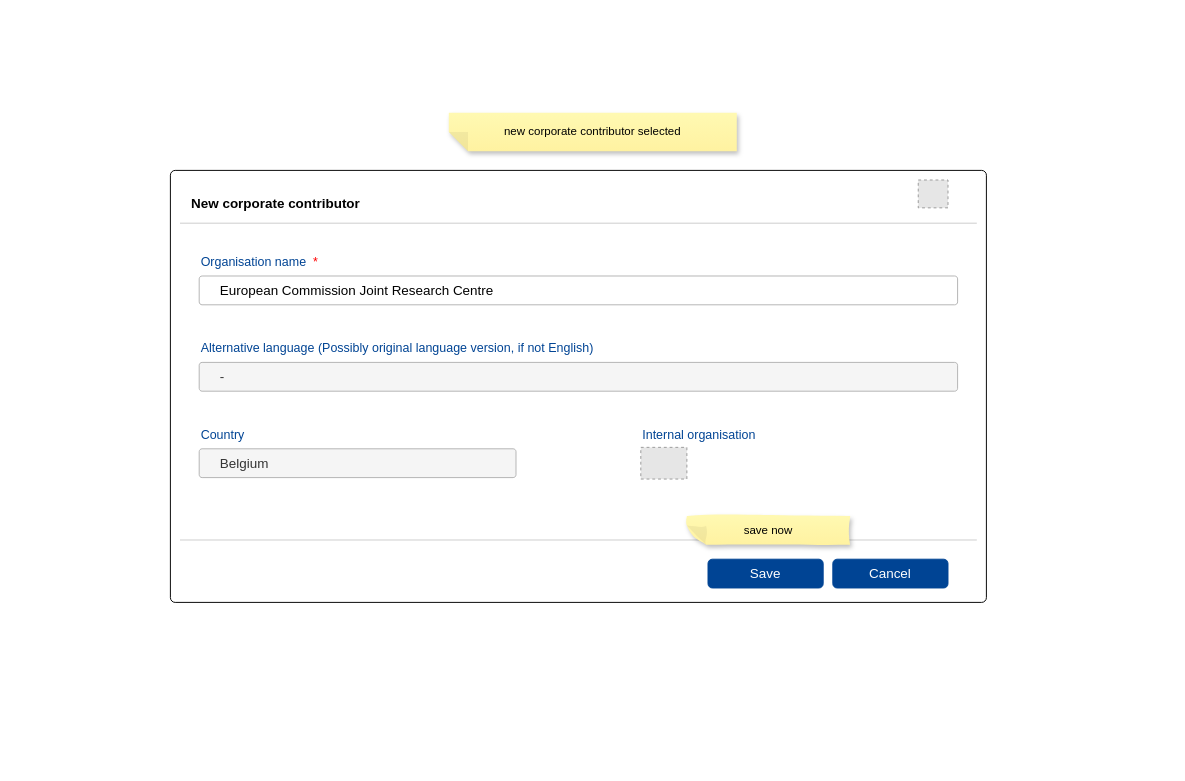
RyszardBudzinski/PUBSY_mockups keeps this draw.io diagram as page "Page-New_corporate _contributor_selected" (8 of 15) of test_corporate_contributors.drawio. Above is the earlier version. Source tidied: cells renumbered, new cells numbered last; positions are measured from the earlier drawing's top-left corner, leaving out a move shared by most shapes. Both pictures are drawn from the tidied source at 96%, with x=0, y=0 at pixel (16, 16). Pictures stored in the file or linked from it are replaced by grey dashed boxes.
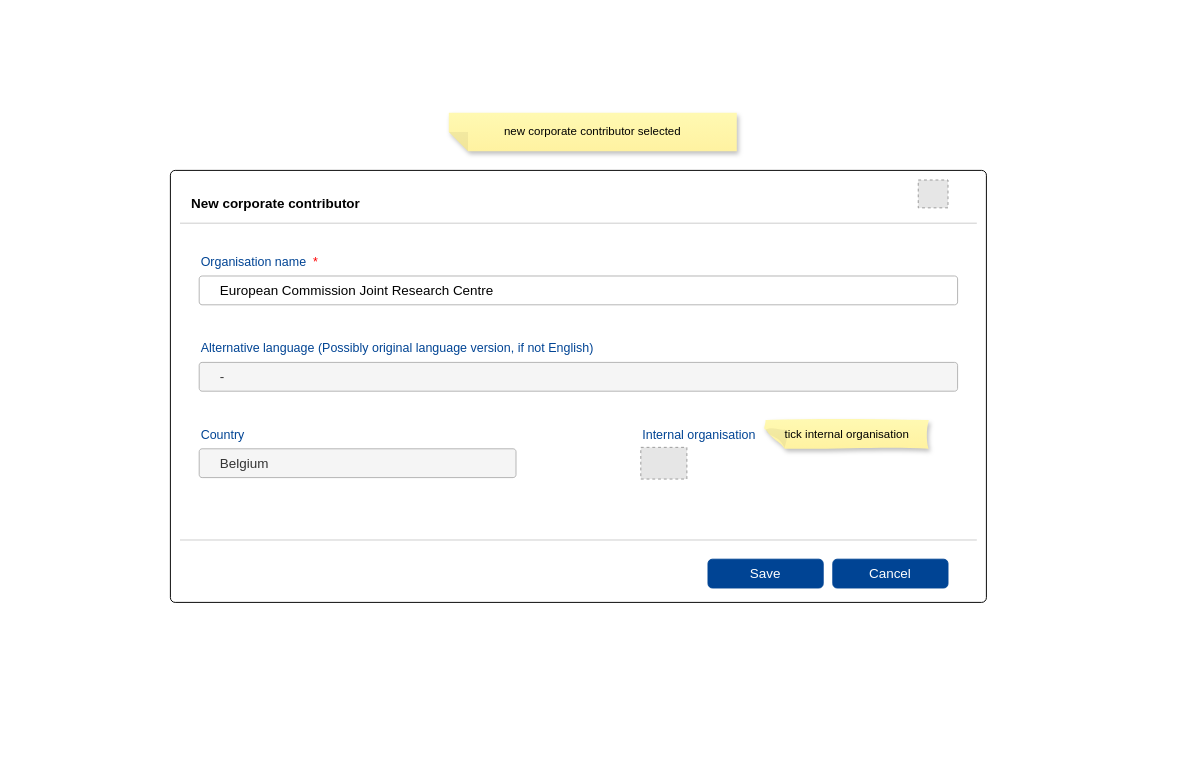
The same page after the edit.

Diff of the diagram source:
```diff
@@
 <mxGraphModel>
   <root>
     <mxCell id="0" />
     <mxCell id="1" parent="0" />
     <mxCell id="2" style="rounded=0;whiteSpace=wrap;html=1;fillColor=none;strokeColor=none;" parent="1" vertex="1">
       <mxGeometry width="1200" height="780" as="geometry" />
     </mxCell>
     <mxCell id="3" style="rounded=1;whiteSpace=wrap;html=1;arcSize=10;absoluteArcSize=1;" parent="1" vertex="1">
       <mxGeometry x="160" y="160" width="850" height="450" as="geometry" />
     </mxCell>
     <mxCell id="4" value="Belgium" style="verticalLabelPosition=middle;verticalAlign=middle;html=1;shape=mxgraph.basic.rect;fillColor2=none;strokeWidth=1;size=10;indent=5;labelPosition=center;align=left;spacingLeft=20;fontSize=14;rectStyle=rounded;absoluteCornerSize=0;strokeColor=#B3B3B3;fillColor=#f5f5f5;fontColor=#333333;" parent="1" vertex="1">
       <mxGeometry x="190" y="450" width="330" height="30" as="geometry" />
     </mxCell>
     <mxCell id="5" style="line;strokeWidth=1;html=1;strokeColor=#CCCCCC;" parent="1" vertex="1">
       <mxGeometry x="170" y="210" width="830" height="10" as="geometry" />
     </mxCell>
     <mxCell id="6" style="line;strokeWidth=1;html=1;strokeColor=#CCCCCC;" parent="1" vertex="1">
       <mxGeometry x="170" y="540" width="830" height="10" as="geometry" />
     </mxCell>
     <mxCell id="7" value="Cancel" style="rounded=1;whiteSpace=wrap;html=1;fillColor=#004494;fontColor=#ffffff;strokeColor=#004494;glass=0;fontSize=14;" parent="1" vertex="1">
       <mxGeometry x="850" y="565" width="120" height="30" as="geometry" />
     </mxCell>
     <mxCell id="8" value="Save" style="rounded=1;whiteSpace=wrap;html=1;fillColor=#004494;fontColor=#ffffff;strokeColor=#004494;glass=0;fontSize=14;" parent="1" vertex="1">
       <mxGeometry x="720" y="565" width="120" height="30" as="geometry" />
     </mxCell>
     <mxCell id="9" style="fillColor=#E6E6E6;strokeColor=#999999;dashed=1;verticalLabelPosition=bottom;labelBackgroundColor=default;verticalAlign=top;" parent="1" vertex="1">
       <mxGeometry x="939" y="170" width="31" height="29" as="geometry" />
     </mxCell>
     <mxCell id="10" value="New corporate contributor" style="text;strokeColor=none;align=left;fillColor=none;html=1;verticalAlign=middle;whiteSpace=wrap;rounded=0;fontSize=14;fontStyle=1;" parent="1" vertex="1">
       <mxGeometry x="180" y="180" width="190" height="30" as="geometry" />
     </mxCell>
     <mxCell id="11" value="Country" style="text;strokeColor=none;align=left;fillColor=none;html=1;verticalAlign=middle;whiteSpace=wrap;rounded=0;fontColor=#004494;fontStyle=0;fontSize=13;" parent="1" vertex="1">
       <mxGeometry x="190" y="420" width="330" height="30" as="geometry" />
     </mxCell>
     <mxCell id="12" value="-" style="verticalLabelPosition=middle;verticalAlign=middle;html=1;shape=mxgraph.basic.rect;fillColor2=none;strokeWidth=1;size=10;indent=5;labelPosition=center;align=left;spacingLeft=20;fontSize=14;rectStyle=rounded;absoluteCornerSize=0;strokeColor=#B3B3B3;fillColor=#f5f5f5;fontColor=#333333;" parent="1" vertex="1">
       <mxGeometry x="190" y="360" width="790" height="30" as="geometry" />
     </mxCell>
     <mxCell id="13" value="Alternative language (Possibly original language version, if not English)" style="text;strokeColor=none;align=left;fillColor=none;html=1;verticalAlign=middle;whiteSpace=wrap;rounded=0;fontColor=#004494;fontStyle=0;fontSize=13;" parent="1" vertex="1">
       <mxGeometry x="190" y="330" width="500" height="30" as="geometry" />
     </mxCell>
     <mxCell id="14" value="European Commission Joint Research Centre" style="verticalLabelPosition=middle;verticalAlign=middle;html=1;shape=mxgraph.basic.rect;fillColor2=none;strokeWidth=1;size=10;indent=5;labelPosition=center;align=left;spacingLeft=20;fontSize=14;rectStyle=rounded;absoluteCornerSize=0;strokeColor=#B3B3B3;" parent="1" vertex="1">
       <mxGeometry x="190" y="270" width="790" height="30" as="geometry" />
     </mxCell>
     <mxCell id="15" value="Organisation name&amp;nbsp;&amp;nbsp;&lt;font style=&quot;color: rgb(255, 0, 0);&quot;&gt;*&lt;/font&gt;" style="text;strokeColor=none;align=left;fillColor=none;html=1;verticalAlign=middle;whiteSpace=wrap;rounded=0;fontColor=#004494;fontStyle=0;fontSize=13;" parent="1" vertex="1">
       <mxGeometry x="190" y="240" width="500" height="30" as="geometry" />
     </mxCell>
     <mxCell id="16" style="fillColor=#E6E6E6;strokeColor=#999999;dashed=1;verticalLabelPosition=bottom;labelBackgroundColor=default;verticalAlign=top;" parent="1" vertex="1">
       <mxGeometry x="650" y="448.5" width="48" height="33" as="geometry" />
     </mxCell>
     <mxCell id="17" value="Internal organisation" style="text;strokeColor=none;align=left;fillColor=none;html=1;verticalAlign=middle;whiteSpace=wrap;rounded=0;fontColor=#004494;fontStyle=0;fontSize=13;" parent="1" vertex="1">
       <mxGeometry x="650" y="420" width="330" height="30" as="geometry" />
     </mxCell>
     <mxCell id="18" value="new corporate contributor selected" style="shape=note;whiteSpace=wrap;html=1;backgroundOutline=1;fontColor=#000000;darkOpacity=0.05;fillColor=#FFF9B2;strokeColor=none;fillStyle=solid;direction=west;gradientDirection=north;gradientColor=#FFF2A1;shadow=1;size=20;" parent="1" vertex="1">
       <mxGeometry x="450" y="100" width="300" height="40" as="geometry" />
     </mxCell>
-    <mxCell id="19" value="save now" style="shape=note;whiteSpace=wrap;html=1;backgroundOutline=1;fontColor=#000000;darkOpacity=0.05;fillColor=#FFF9B2;strokeColor=none;fillStyle=solid;direction=west;gradientDirection=north;gradientColor=#FFF2A1;shadow=1;size=20;sketch=1;curveFitting=1;jiggle=2;" parent="1" vertex="1">
-      <mxGeometry x="698" y="520" width="170" height="30" as="geometry" />
-    </mxCell>
+    <mxCell id="20" value="tick internal organisation" style="shape=note;whiteSpace=wrap;html=1;backgroundOutline=1;fontColor=#000000;darkOpacity=0.05;fillColor=#FFF9B2;strokeColor=none;fillStyle=solid;direction=west;gradientDirection=north;gradientColor=#FFF2A1;shadow=1;size=20;sketch=1;curveFitting=1;jiggle=2;" parent="1" vertex="1">
+      <mxGeometry x="780" y="420" width="170" height="30" as="geometry" />
+    </mxCell>
   </root>
 </mxGraphModel>
```
